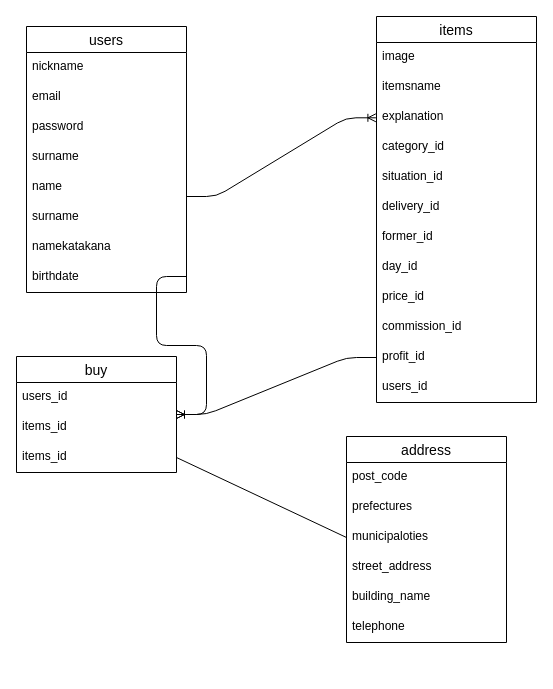
Before: test.dio in hakata58/furima-40413, a draw.io diagram. Source tidied: cells renumbered, new cells numbered last; positions are measured from the earlier drawing's top-left corner, leaving out a move shared by most shapes. Both pictures are drawn from the tidied source at 100%, with x=0, y=0 at pixel (16, 16).
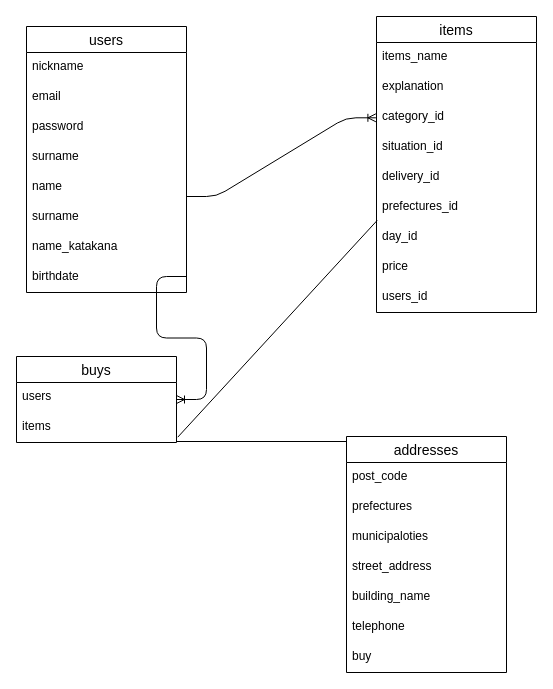
The same diagram, later.

Commit message (it also covers changes not shown here):
データベース設計修正2

Unchanged cells that the change refers to:
```xml
<mxCell id="2" value="users" style="swimlane;fontStyle=0;horizontal=1;startSize=26;align=center;fontSize=14;" parent="1" vertex="1">
  <mxGeometry x="10" y="10" width="160" height="266" as="geometry" />
</mxCell>
<mxCell id="31" value="municipaloties" style="text;strokeColor=none;fillColor=none;spacingLeft=4;spacingRight=4;overflow=hidden;points=[[0,0.5],[1,0.5]];portConstraint=eastwest;fontSize=12;" parent="28" vertex="1">
  <mxGeometry y="86" width="160" height="30" as="geometry" />
</mxCell>
```

Diff of the diagram source:
```diff
@@
-    <mxCell id="9" value="namekatakana" style="text;strokeColor=none;fillColor=none;spacingLeft=4;spacingRight=4;overflow=hidden;fontSize=12;" parent="2" vertex="1">
+    <mxCell id="9" value="name_katakana" style="text;strokeColor=none;fillColor=none;spacingLeft=4;spacingRight=4;overflow=hidden;fontSize=12;" parent="2" vertex="1">
       <mxGeometry y="206" width="160" height="30" as="geometry" />
     </mxCell>
@@
     <mxCell id="11" value="items" style="swimlane;fontStyle=0;horizontal=1;startSize=26;align=center;fontSize=14;" parent="1" vertex="1">
-      <mxGeometry x="360" width="160" height="386" as="geometry" />
+      <mxGeometry x="360" width="160" height="296" as="geometry" />
     </mxCell>
-    <mxCell id="12" value="image" style="text;strokeColor=none;fillColor=none;spacingLeft=4;spacingRight=4;overflow=hidden;fontSize=12;" parent="11" vertex="1">
-      <mxGeometry y="26" width="160" height="30" as="geometry" />
-    </mxCell>
-    <mxCell id="13" value="itemsname" style="text;strokeColor=none;fillColor=none;spacingLeft=4;spacingRight=4;overflow=hidden;fontSize=12;" parent="11" vertex="1">
-      <mxGeometry y="56" width="160" height="30" as="geometry" />
+    <mxCell id="13" value="items_name" style="text;strokeColor=none;fillColor=none;spacingLeft=4;spacingRight=4;overflow=hidden;fontSize=12;" parent="11" vertex="1">
+      <mxGeometry y="26" width="160" height="30" as="geometry" />
     </mxCell>
     <mxCell id="14" value="explanation" style="text;strokeColor=none;fillColor=none;spacingLeft=4;spacingRight=4;overflow=hidden;fontSize=12;" parent="11" vertex="1">
-      <mxGeometry y="86" width="160" height="30" as="geometry" />
+      <mxGeometry y="56" width="160" height="30" as="geometry" />
     </mxCell>
     <mxCell id="15" value="category_id" style="text;strokeColor=none;fillColor=none;spacingLeft=4;spacingRight=4;overflow=hidden;fontSize=12;" parent="11" vertex="1">
-      <mxGeometry y="116" width="160" height="30" as="geometry" />
+      <mxGeometry y="86" width="160" height="30" as="geometry" />
     </mxCell>
     <mxCell id="16" value="situation_id" style="text;strokeColor=none;fillColor=none;spacingLeft=4;spacingRight=4;overflow=hidden;fontSize=12;" parent="11" vertex="1">
-      <mxGeometry y="146" width="160" height="30" as="geometry" />
+      <mxGeometry y="116" width="160" height="30" as="geometry" />
     </mxCell>
     <mxCell id="17" value="delivery_id" style="text;strokeColor=none;fillColor=none;spacingLeft=4;spacingRight=4;overflow=hidden;fontSize=12;" parent="11" vertex="1">
-      <mxGeometry y="176" width="160" height="30" as="geometry" />
+      <mxGeometry y="146" width="160" height="30" as="geometry" />
     </mxCell>
-    <mxCell id="18" value="former_id" style="text;strokeColor=none;fillColor=none;spacingLeft=4;spacingRight=4;overflow=hidden;fontSize=12;" parent="11" vertex="1">
-      <mxGeometry y="206" width="160" height="30" as="geometry" />
+    <mxCell id="18" value="prefectures_id " style="text;strokeColor=none;fillColor=none;spacingLeft=4;spacingRight=4;overflow=hidden;fontSize=12;" parent="11" vertex="1">
+      <mxGeometry y="176" width="160" height="30" as="geometry" />
     </mxCell>
     <mxCell id="19" value="day_id" style="text;strokeColor=none;fillColor=none;spacingLeft=4;spacingRight=4;overflow=hidden;points=[[0,0.5],[1,0.5]];portConstraint=eastwest;fontSize=12;" parent="11" vertex="1">
-      <mxGeometry y="236" width="160" height="30" as="geometry" />
+      <mxGeometry y="206" width="160" height="30" as="geometry" />
     </mxCell>
-    <mxCell id="20" value="price_id" style="text;strokeColor=none;fillColor=none;spacingLeft=4;spacingRight=4;overflow=hidden;fontSize=12;" parent="11" vertex="1">
-      <mxGeometry y="266" width="160" height="30" as="geometry" />
+    <mxCell id="20" value="price" style="text;strokeColor=none;fillColor=none;spacingLeft=4;spacingRight=4;overflow=hidden;fontSize=12;" parent="11" vertex="1">
+      <mxGeometry y="236" width="160" height="30" as="geometry" />
     </mxCell>
-    <mxCell id="21" value="commission_id" style="text;strokeColor=none;fillColor=none;spacingLeft=4;spacingRight=4;overflow=hidden;fontSize=12;" parent="11" vertex="1">
-      <mxGeometry y="296" width="160" height="30" as="geometry" />
-    </mxCell>
-    <mxCell id="22" value="profit_id" style="text;strokeColor=none;fillColor=none;spacingLeft=4;spacingRight=4;overflow=hidden;points=[[0,0.5],[1,0.5]];portConstraint=eastwest;fontSize=12;" parent="11" vertex="1">
-      <mxGeometry y="326" width="160" height="30" as="geometry" />
-    </mxCell>
     <mxCell id="23" value="users_id" style="text;strokeColor=none;fillColor=none;spacingLeft=4;spacingRight=4;overflow=hidden;fontSize=12;" parent="11" vertex="1">
-      <mxGeometry y="356" width="160" height="30" as="geometry" />
+      <mxGeometry y="266" width="160" height="30" as="geometry" />
     </mxCell>
-    <mxCell id="24" value="buy" style="swimlane;fontStyle=0;horizontal=1;startSize=26;align=center;fontSize=14;" parent="1" vertex="1">
-      <mxGeometry y="340" width="160" height="116" as="geometry" />
+    <mxCell id="24" value="buys" style="swimlane;fontStyle=0;horizontal=1;startSize=26;align=center;fontSize=14;" parent="1" vertex="1">
+      <mxGeometry y="340" width="160" height="86" as="geometry" />
     </mxCell>
-    <mxCell id="25" value="users_id" style="text;strokeColor=none;fillColor=none;spacingLeft=4;spacingRight=4;overflow=hidden;fontSize=12;" parent="24" vertex="1">
+    <mxCell id="25" value="users" style="text;strokeColor=none;fillColor=none;spacingLeft=4;spacingRight=4;overflow=hidden;fontSize=12;" parent="24" vertex="1">
       <mxGeometry y="26" width="160" height="30" as="geometry" />
     </mxCell>
-    <mxCell id="26" value="items_id" style="text;strokeColor=none;fillColor=none;spacingLeft=4;spacingRight=4;overflow=hidden;points=[[0,0.5],[1,0.5]];portConstraint=eastwest;fontSize=12;" parent="24" vertex="1">
+    <mxCell id="26" value="items" style="text;strokeColor=none;fillColor=none;spacingLeft=4;spacingRight=4;overflow=hidden;points=[[0,0.5],[1,0.5]];portConstraint=eastwest;fontSize=12;" parent="24" vertex="1">
       <mxGeometry y="56" width="160" height="30" as="geometry" />
     </mxCell>
-    <mxCell id="27" value="items_id" style="text;strokeColor=none;fillColor=none;spacingLeft=4;spacingRight=4;overflow=hidden;points=[[0,0.5],[1,0.5]];portConstraint=eastwest;fontSize=12;" parent="24" vertex="1">
-      <mxGeometry y="86" width="160" height="30" as="geometry" />
-    </mxCell>
-    <mxCell id="28" value="address" style="swimlane;fontStyle=0;horizontal=1;startSize=26;align=center;fontSize=14;" parent="1" vertex="1">
-      <mxGeometry x="330" y="420" width="160" height="206" as="geometry" />
+    <mxCell id="28" value="addresses" style="swimlane;fontStyle=0;horizontal=1;startSize=26;align=center;fontSize=14;" parent="1" vertex="1">
+      <mxGeometry x="330" y="420" width="160" height="236" as="geometry" />
     </mxCell>
@@
+    <mxCell id="39" value="buy" style="text;strokeColor=none;fillColor=none;spacingLeft=4;spacingRight=4;overflow=hidden;fontSize=12;" parent="28" vertex="1">
+      <mxGeometry y="206" width="160" height="30" as="geometry" />
+    </mxCell>
@@
-    <mxCell id="36" style="edgeStyle=entityRelationEdgeStyle;fontSize=12;html=1;endArrow=ERoneToMany;" parent="1" edge="1" source="22" target="24">
-      <mxGeometry relative="1" as="geometry" />
-    </mxCell>
@@
-    <mxCell id="38" style="endArrow=none;html=1;rounded=0;entryX=0;entryY=0.5;entryDx=0;entryDy=0;exitX=1;exitY=0.5;exitDx=0;exitDy=0;" parent="1" edge="1" source="27" target="31">
-      <mxGeometry relative="1" as="geometry" />
-    </mxCell>
+    <mxCell id="40" style="endArrow=none;html=1;rounded=0;entryX=0.004;entryY=-0.067;entryDx=0;entryDy=0;entryPerimeter=0;exitX=1.008;exitY=0.822;exitDx=0;exitDy=0;exitPerimeter=0;" parent="1" edge="1" source="26" target="19">
+      <mxGeometry relative="1" as="geometry" />
+    </mxCell>
+    <mxCell id="41" style="line;strokeWidth=1;dashed=0;labelPosition=right;align=left;verticalAlign=middle;spacingTop=0;spacingLeft=6;" parent="1" vertex="1">
+      <mxGeometry x="160" y="420" width="170" height="10" as="geometry" />
+    </mxCell>
```
